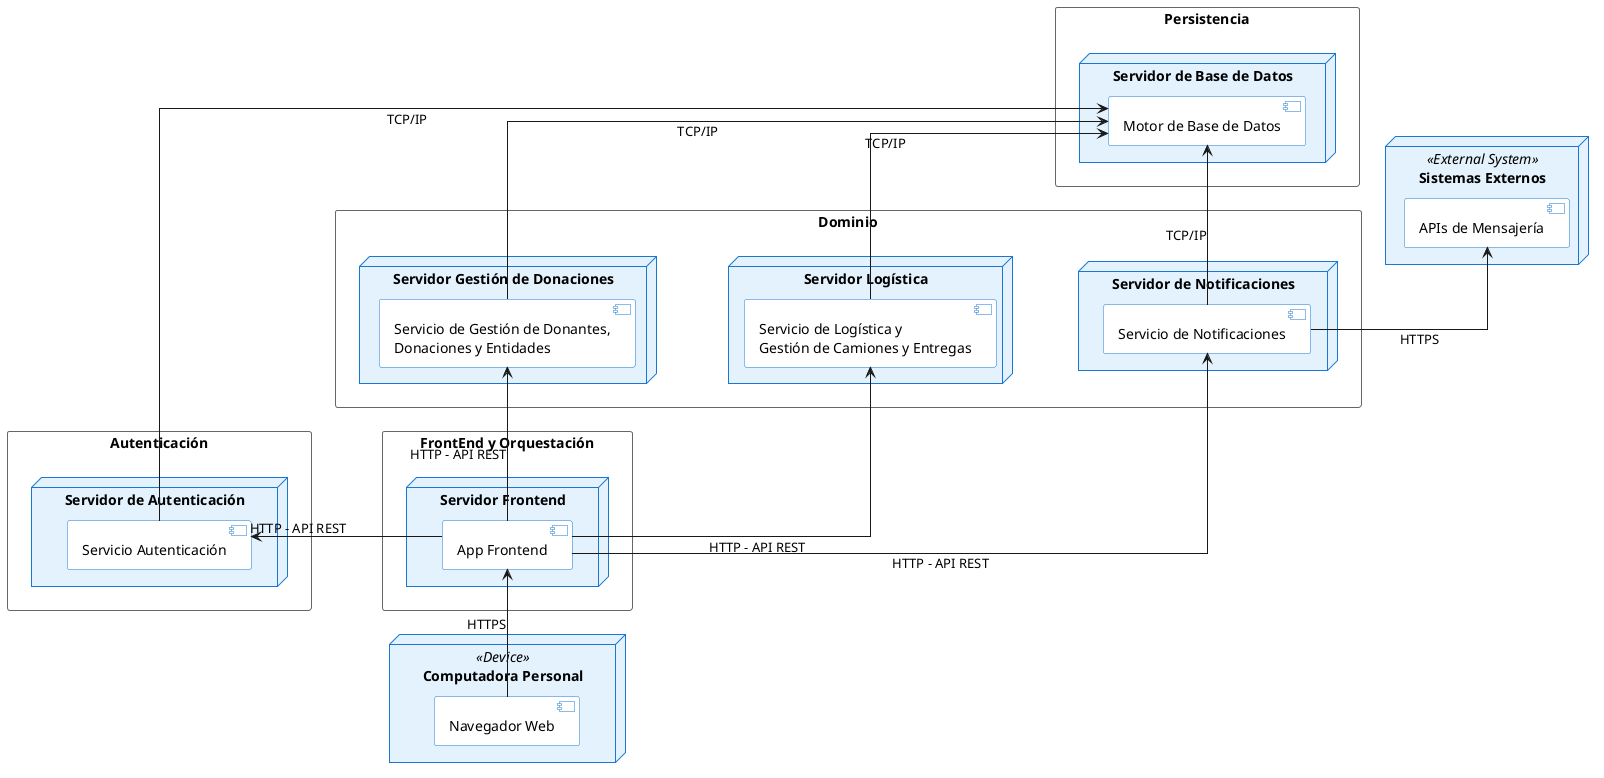
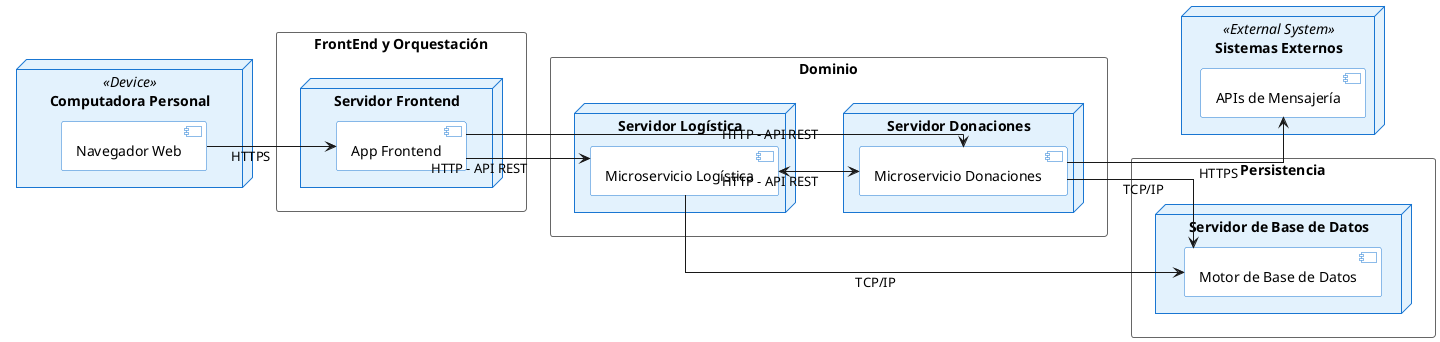
@startuml DiagramaDespliegueDonaTrack
' Forzar orientación y líneas ortogonales limpias
left to right direction
skinparam linetype ortho
skinparam nodesep 50
skinparam ranksep 80

' Colores base
skinparam node {
  BackgroundColor #E3F2FD
  BorderColor #1976D2
}
skinparam component {
  BackgroundColor #FFFFFF
  BorderColor #1976D2
}
skinparam rectangle {
  BorderColor #666666
}

' --- 1. CAPA CLIENTE ---
node "Computadora Personal" <<Device>> {
    component "Navegador Web" as Nav
}

- ' --- 2. CAPA FRONTEND Y AUTH ---
- rectangle "Autenticación" {
-     node "Servidor de Autenticación" {
-         component "Servicio Autenticación" as Auth
-     }
- }
- 
+ ' --- 2. CAPA FRONTEND ---
rectangle "FrontEnd y Orquestación" {
    node "Servidor Frontend" {
        component "App Frontend" as Front
    }
}

' --- 3. CAPA DOMINIO ---
rectangle "Dominio" {
-     node "Servidor Gestión de Donaciones" {
-         component "Servicio de Gestión de Donantes,\nDonaciones y Entidades" as S1
+     node "Servidor Donaciones" {
+         component "Microservicio Donaciones" as S1
    }
    node "Servidor Logística" {
-         component "Servicio de Logística y\nGestión de Camiones y Entregas" as S2
-     }
-     node "Servidor de Notificaciones" {
-         component "Servicio de Notificaciones" as S3
+         component "Microservicio Logística" as S2
    }
}

' --- 4. CAPA PERSISTENCIA Y EXTERNOS ---
rectangle "Persistencia" {
    node "Servidor de Base de Datos" {
        component "Motor de Base de Datos" as DB
    }
}

node "Sistemas Externos" <<External System>> {
    component "APIs de Mensajería" as Ext
}

- ' --- TRUCOS DE LAYOUT (Flechas invisibles para forzar el orden de la grilla) ---
- Auth -[hidden]down- Front
- S1 -[hidden]down- S2
- S2 -[hidden]down- S3
- DB -[hidden]down- Ext
- 
- ' --- CONEXIONES REALES ---
- 
' Flujo Cliente -> Frontend
- Nav -right-> Front : HTTPS
+ Nav --> Front : HTTPS

' Flujo Frontend -> Servicios
- Front -up-> Auth : HTTP - API REST
- Front -right-> S1 : HTTP - API REST
- Front -right-> S2 : HTTP - API REST
- Front -right-> S3 : HTTP - API REST
+ Front --> S1 : HTTP - API REST
+ Front --> S2 : HTTP - API REST

' Flujo Servicios -> Persistencia
- Auth -right-> DB : TCP/IP
- S1 -right-> DB : TCP/IP
- S2 -right-> DB : TCP/IP
- S3 -right-> DB : TCP/IP
+ S1 --> DB : TCP/IP
+ S2 --> DB : TCP/IP

- ' Salida a Notificaciones Externas (Alineado abajo de la base de datos)
- S3 -right-> Ext : HTTPS
+ ' Salida a Notificaciones Externas
+ S1 --> Ext : HTTPS
+ 
+ ' Conexion entre Servicios
+ S2 <--> S1 : HTTP - API REST

@enduml